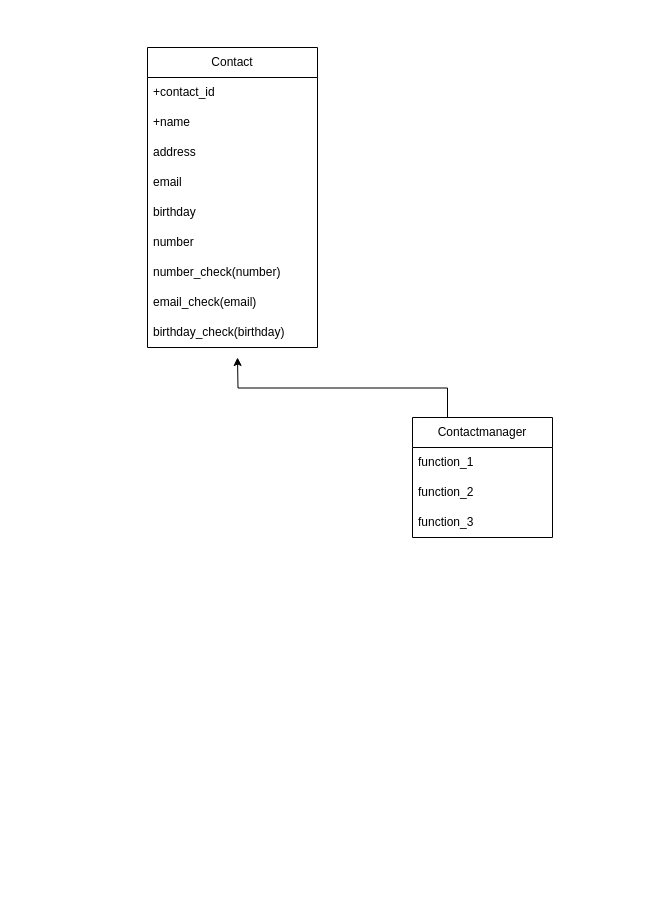
Earlier version of the draw.io diagram Диаграмма без названия.drawio (igorgroni/GOIT_HM). Source tidied: cells renumbered, new cells numbered last; positions are measured from the earlier drawing's top-left corner, leaving out a move shared by most shapes. Both pictures are drawn from the tidied source at 100%, with x=0, y=0 at pixel (147, 47).
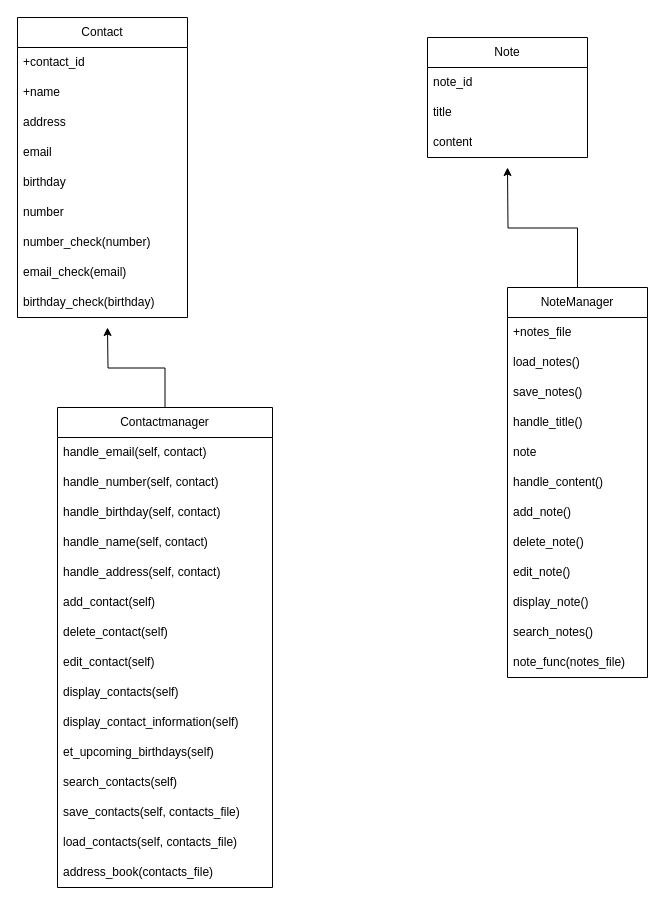
The same diagram, later.

What changed in the source:
```diff
@@
     <mxCell id="2" value="Contact" style="swimlane;fontStyle=0;horizontal=1;startSize=30;whiteSpace=wrap;html=1;" parent="1" vertex="1">
-      <mxGeometry width="170" height="300" as="geometry" />
+      <mxGeometry x="-130" y="-30" width="170" height="300" as="geometry" />
     </mxCell>
@@
-    <mxCell id="12" style="edgeStyle=orthogonalEdgeStyle;rounded=0;jettySize=auto;html=1;exitX=0.25;exitY=0;exitDx=0;exitDy=0;" parent="1" edge="1" source="13">
-      <mxGeometry relative="1" as="geometry">
-        <mxPoint x="90" y="310" as="targetPoint" />
-      </mxGeometry>
-    </mxCell>
+    <mxCell id="17" style="edgeStyle=orthogonalEdgeStyle;rounded=0;jettySize=auto;html=1;exitX=0.5;exitY=0;exitDx=0;exitDy=0;" parent="1" edge="1" source="13">
+      <mxGeometry relative="1" as="geometry">
+        <mxPoint x="-40" y="280" as="targetPoint" />
+      </mxGeometry>
+    </mxCell>
     <mxCell id="13" value="Contactmanager" style="swimlane;fontStyle=0;horizontal=1;startSize=30;whiteSpace=wrap;html=1;" parent="1" vertex="1">
-      <mxGeometry x="265" y="370" width="140" height="120" as="geometry" />
+      <mxGeometry x="-90" y="360" width="215" height="480" as="geometry" />
     </mxCell>
-    <mxCell id="14" value="function_1" style="text;strokeColor=none;fillColor=none;align=left;verticalAlign=middle;spacingLeft=4;spacingRight=4;overflow=hidden;whiteSpace=wrap;html=1;" parent="13" vertex="1">
-      <mxGeometry y="30" width="140" height="30" as="geometry" />
+    <mxCell id="14" value="handle_email(self, contact)" style="text;strokeColor=none;fillColor=none;align=left;verticalAlign=middle;spacingLeft=4;spacingRight=4;overflow=hidden;whiteSpace=wrap;html=1;" parent="13" vertex="1">
+      <mxGeometry y="30" width="215" height="30" as="geometry" />
     </mxCell>
-    <mxCell id="15" value="function_2" style="text;strokeColor=none;fillColor=none;align=left;verticalAlign=middle;spacingLeft=4;spacingRight=4;overflow=hidden;whiteSpace=wrap;html=1;" parent="13" vertex="1">
-      <mxGeometry y="60" width="140" height="30" as="geometry" />
+    <mxCell id="15" value="handle_number(self, contact)" style="text;strokeColor=none;fillColor=none;align=left;verticalAlign=middle;spacingLeft=4;spacingRight=4;overflow=hidden;whiteSpace=wrap;html=1;" parent="13" vertex="1">
+      <mxGeometry y="60" width="215" height="30" as="geometry" />
     </mxCell>
-    <mxCell id="16" value="function_3" style="text;strokeColor=none;fillColor=none;align=left;verticalAlign=middle;spacingLeft=4;spacingRight=4;overflow=hidden;whiteSpace=wrap;html=1;" parent="13" vertex="1">
-      <mxGeometry y="90" width="140" height="30" as="geometry" />
+    <mxCell id="16" value="handle_birthday(self, contact)" style="text;strokeColor=none;fillColor=none;align=left;verticalAlign=middle;spacingLeft=4;spacingRight=4;overflow=hidden;whiteSpace=wrap;html=1;" parent="13" vertex="1">
+      <mxGeometry y="90" width="215" height="30" as="geometry" />
     </mxCell>
+    <mxCell id="18" value="handle_name(self, contact)" style="text;strokeColor=none;fillColor=none;align=left;verticalAlign=middle;spacingLeft=4;spacingRight=4;overflow=hidden;whiteSpace=wrap;html=1;" parent="13" vertex="1">
+      <mxGeometry y="120" width="215" height="30" as="geometry" />
+    </mxCell>
+    <mxCell id="19" value="handle_address(self, contact)" style="text;strokeColor=none;fillColor=none;align=left;verticalAlign=middle;spacingLeft=4;spacingRight=4;overflow=hidden;whiteSpace=wrap;html=1;" parent="13" vertex="1">
+      <mxGeometry y="150" width="215" height="30" as="geometry" />
+    </mxCell>
+    <mxCell id="20" value="add_contact(self)" style="text;strokeColor=none;fillColor=none;align=left;verticalAlign=middle;spacingLeft=4;spacingRight=4;overflow=hidden;whiteSpace=wrap;html=1;" parent="13" vertex="1">
+      <mxGeometry y="180" width="215" height="30" as="geometry" />
+    </mxCell>
+    <mxCell id="21" value="delete_contact(self)" style="text;strokeColor=none;fillColor=none;align=left;verticalAlign=middle;spacingLeft=4;spacingRight=4;overflow=hidden;whiteSpace=wrap;html=1;" parent="13" vertex="1">
+      <mxGeometry y="210" width="215" height="30" as="geometry" />
+    </mxCell>
+    <mxCell id="22" value="edit_contact(self)" style="text;strokeColor=none;fillColor=none;align=left;verticalAlign=middle;spacingLeft=4;spacingRight=4;overflow=hidden;whiteSpace=wrap;html=1;" parent="13" vertex="1">
+      <mxGeometry y="240" width="215" height="30" as="geometry" />
+    </mxCell>
+    <mxCell id="23" value="display_contacts(self)" style="text;strokeColor=none;fillColor=none;align=left;verticalAlign=middle;spacingLeft=4;spacingRight=4;overflow=hidden;whiteSpace=wrap;html=1;" parent="13" vertex="1">
+      <mxGeometry y="270" width="215" height="30" as="geometry" />
+    </mxCell>
+    <mxCell id="24" value="display_contact_information(self)" style="text;strokeColor=none;fillColor=none;align=left;verticalAlign=middle;spacingLeft=4;spacingRight=4;overflow=hidden;whiteSpace=wrap;html=1;" parent="13" vertex="1">
+      <mxGeometry y="300" width="215" height="30" as="geometry" />
+    </mxCell>
+    <mxCell id="25" value="et_upcoming_birthdays(self)" style="text;strokeColor=none;fillColor=none;align=left;verticalAlign=middle;spacingLeft=4;spacingRight=4;overflow=hidden;whiteSpace=wrap;html=1;" parent="13" vertex="1">
+      <mxGeometry y="330" width="215" height="30" as="geometry" />
+    </mxCell>
+    <mxCell id="26" value="search_contacts(self)" style="text;strokeColor=none;fillColor=none;align=left;verticalAlign=middle;spacingLeft=4;spacingRight=4;overflow=hidden;whiteSpace=wrap;html=1;" parent="13" vertex="1">
+      <mxGeometry y="360" width="215" height="30" as="geometry" />
+    </mxCell>
+    <mxCell id="27" value="save_contacts(self, contacts_file)" style="text;strokeColor=none;fillColor=none;align=left;verticalAlign=middle;spacingLeft=4;spacingRight=4;overflow=hidden;whiteSpace=wrap;html=1;" parent="13" vertex="1">
+      <mxGeometry y="390" width="215" height="30" as="geometry" />
+    </mxCell>
+    <mxCell id="28" value="load_contacts(self, contacts_file)" style="text;strokeColor=none;fillColor=none;align=left;verticalAlign=middle;spacingLeft=4;spacingRight=4;overflow=hidden;whiteSpace=wrap;html=1;" parent="13" vertex="1">
+      <mxGeometry y="420" width="215" height="30" as="geometry" />
+    </mxCell>
+    <mxCell id="29" value="address_book(contacts_file)" style="text;strokeColor=none;fillColor=none;align=left;verticalAlign=middle;spacingLeft=4;spacingRight=4;overflow=hidden;whiteSpace=wrap;html=1;" parent="13" vertex="1">
+      <mxGeometry y="450" width="215" height="30" as="geometry" />
+    </mxCell>
+    <mxCell id="30" value="Note" style="swimlane;fontStyle=0;horizontal=1;startSize=30;whiteSpace=wrap;html=1;" parent="1" vertex="1">
+      <mxGeometry x="280" y="-10" width="160" height="120" as="geometry" />
+    </mxCell>
+    <mxCell id="31" value="note_id" style="text;strokeColor=none;fillColor=none;align=left;verticalAlign=middle;spacingLeft=4;spacingRight=4;overflow=hidden;whiteSpace=wrap;html=1;" parent="30" vertex="1">
+      <mxGeometry y="30" width="160" height="30" as="geometry" />
+    </mxCell>
+    <mxCell id="32" value="title" style="text;strokeColor=none;fillColor=none;align=left;verticalAlign=middle;spacingLeft=4;spacingRight=4;overflow=hidden;whiteSpace=wrap;html=1;" parent="30" vertex="1">
+      <mxGeometry y="60" width="160" height="30" as="geometry" />
+    </mxCell>
+    <mxCell id="33" value="content" style="text;strokeColor=none;fillColor=none;align=left;verticalAlign=middle;spacingLeft=4;spacingRight=4;overflow=hidden;whiteSpace=wrap;html=1;" parent="30" vertex="1">
+      <mxGeometry y="90" width="160" height="30" as="geometry" />
+    </mxCell>
+    <mxCell id="34" style="edgeStyle=orthogonalEdgeStyle;rounded=0;jettySize=auto;html=1;exitX=0.5;exitY=0;exitDx=0;exitDy=0;" parent="1" edge="1" source="35">
+      <mxGeometry relative="1" as="geometry">
+        <mxPoint x="360" y="120" as="targetPoint" />
+      </mxGeometry>
+    </mxCell>
+    <mxCell id="35" value="NoteManager" style="swimlane;fontStyle=0;horizontal=1;startSize=30;whiteSpace=wrap;html=1;" parent="1" vertex="1">
+      <mxGeometry x="360" y="240" width="140" height="390" as="geometry" />
+    </mxCell>
+    <mxCell id="36" value="+notes_file" style="text;strokeColor=none;fillColor=none;align=left;verticalAlign=middle;spacingLeft=4;spacingRight=4;overflow=hidden;whiteSpace=wrap;html=1;" parent="35" vertex="1">
+      <mxGeometry y="30" width="140" height="30" as="geometry" />
+    </mxCell>
+    <mxCell id="37" value="load_notes()" style="text;strokeColor=none;fillColor=none;align=left;verticalAlign=middle;spacingLeft=4;spacingRight=4;overflow=hidden;whiteSpace=wrap;html=1;" parent="35" vertex="1">
+      <mxGeometry y="60" width="140" height="30" as="geometry" />
+    </mxCell>
+    <mxCell id="38" value="save_notes()" style="text;strokeColor=none;fillColor=none;align=left;verticalAlign=middle;spacingLeft=4;spacingRight=4;overflow=hidden;whiteSpace=wrap;html=1;" parent="35" vertex="1">
+      <mxGeometry y="90" width="140" height="30" as="geometry" />
+    </mxCell>
+    <mxCell id="39" value="handle_title()" style="text;strokeColor=none;fillColor=none;align=left;verticalAlign=middle;spacingLeft=4;spacingRight=4;overflow=hidden;whiteSpace=wrap;html=1;" parent="35" vertex="1">
+      <mxGeometry y="120" width="140" height="30" as="geometry" />
+    </mxCell>
+    <mxCell id="40" value="note" style="text;strokeColor=none;fillColor=none;align=left;verticalAlign=middle;spacingLeft=4;spacingRight=4;overflow=hidden;whiteSpace=wrap;html=1;" parent="35" vertex="1">
+      <mxGeometry y="150" width="140" height="30" as="geometry" />
+    </mxCell>
+    <mxCell id="41" value="handle_content()" style="text;strokeColor=none;fillColor=none;align=left;verticalAlign=middle;spacingLeft=4;spacingRight=4;overflow=hidden;whiteSpace=wrap;html=1;" parent="35" vertex="1">
+      <mxGeometry y="180" width="140" height="30" as="geometry" />
+    </mxCell>
+    <mxCell id="42" value="add_note()" style="text;strokeColor=none;fillColor=none;align=left;verticalAlign=middle;spacingLeft=4;spacingRight=4;overflow=hidden;whiteSpace=wrap;html=1;" parent="35" vertex="1">
+      <mxGeometry y="210" width="140" height="30" as="geometry" />
+    </mxCell>
+    <mxCell id="43" value="delete_note()" style="text;strokeColor=none;fillColor=none;align=left;verticalAlign=middle;spacingLeft=4;spacingRight=4;overflow=hidden;whiteSpace=wrap;html=1;" parent="35" vertex="1">
+      <mxGeometry y="240" width="140" height="30" as="geometry" />
+    </mxCell>
+    <mxCell id="44" value="edit_note()" style="text;strokeColor=none;fillColor=none;align=left;verticalAlign=middle;spacingLeft=4;spacingRight=4;overflow=hidden;whiteSpace=wrap;html=1;" parent="35" vertex="1">
+      <mxGeometry y="270" width="140" height="30" as="geometry" />
+    </mxCell>
+    <mxCell id="45" value="display_note()" style="text;strokeColor=none;fillColor=none;align=left;verticalAlign=middle;spacingLeft=4;spacingRight=4;overflow=hidden;whiteSpace=wrap;html=1;" parent="35" vertex="1">
+      <mxGeometry y="300" width="140" height="30" as="geometry" />
+    </mxCell>
+    <mxCell id="46" value="search_notes()" style="text;strokeColor=none;fillColor=none;align=left;verticalAlign=middle;spacingLeft=4;spacingRight=4;overflow=hidden;whiteSpace=wrap;html=1;" parent="35" vertex="1">
+      <mxGeometry y="330" width="140" height="30" as="geometry" />
+    </mxCell>
+    <mxCell id="47" value="note_func(notes_file)" style="text;strokeColor=none;fillColor=none;align=left;verticalAlign=middle;spacingLeft=4;spacingRight=4;overflow=hidden;whiteSpace=wrap;html=1;" parent="35" vertex="1">
+      <mxGeometry y="360" width="140" height="30" as="geometry" />
+    </mxCell>
```
